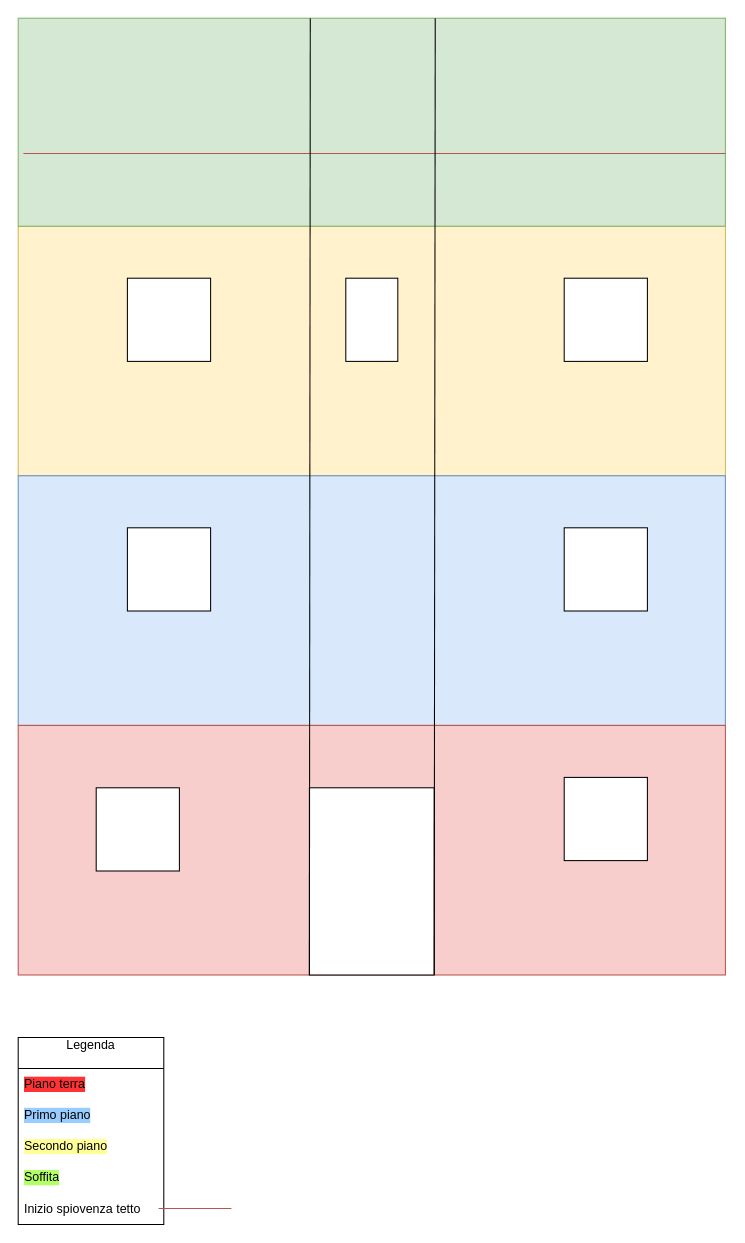
The draw.io diagram current-electric-setup.drawio in Vik1977/Projects-Documentation, before the edit. Source tidied: cells renumbered, new cells numbered last; positions are measured from the earlier drawing's top-left corner, leaving out a move shared by most shapes. Both pictures are drawn from the tidied source at 104%, with x=0, y=0 at pixel (18, 18).
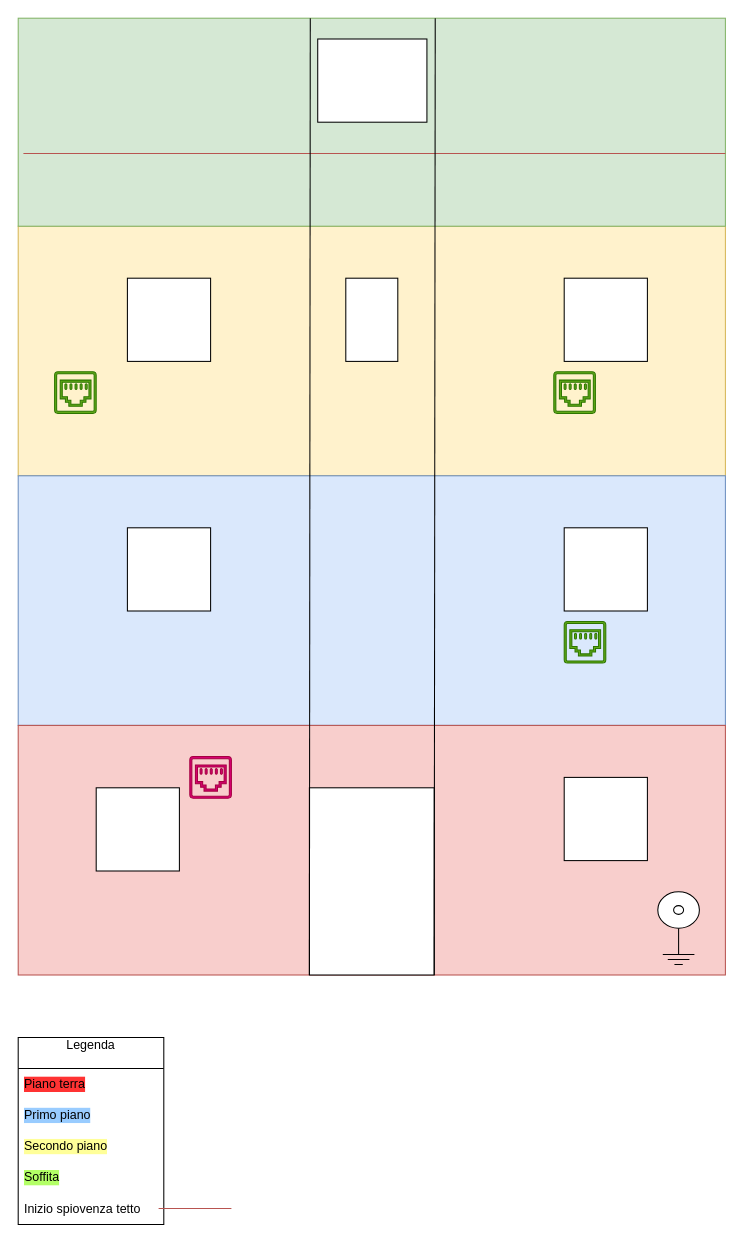
The same diagram, later.

Change to the diagram source:
```diff
@@
+    <mxCell id="24" style="sketch=0;shadow=0;dashed=0;html=1;strokeColor=#A50040;fillColor=#d80073;labelPosition=center;verticalLabelPosition=bottom;verticalAlign=top;align=center;shape=mxgraph.vvd.ethernet_port;fontColor=#ffffff;" parent="1" vertex="1">
+      <mxGeometry x="165" y="710" width="40" height="40" as="geometry" />
+    </mxCell>
+    <mxCell id="25" style="sketch=0;shadow=0;dashed=0;html=1;strokeColor=#2D7600;fillColor=#60a917;labelPosition=center;verticalLabelPosition=bottom;verticalAlign=top;align=center;shape=mxgraph.vvd.ethernet_port;fontColor=#ffffff;" parent="1" vertex="1">
+      <mxGeometry x="525" y="580" width="40" height="40" as="geometry" />
+    </mxCell>
+    <mxCell id="26" style="sketch=0;shadow=0;dashed=0;html=1;strokeColor=#2D7600;fillColor=#60a917;labelPosition=center;verticalLabelPosition=bottom;verticalAlign=top;align=center;shape=mxgraph.vvd.ethernet_port;fontColor=#ffffff;" parent="1" vertex="1">
+      <mxGeometry x="515" y="340" width="40" height="40" as="geometry" />
+    </mxCell>
+    <mxCell id="27" style="sketch=0;shadow=0;dashed=0;html=1;strokeColor=#2D7600;fillColor=#60a917;labelPosition=center;verticalLabelPosition=bottom;verticalAlign=top;align=center;shape=mxgraph.vvd.ethernet_port;fontColor=#ffffff;" parent="1" vertex="1">
+      <mxGeometry x="35" y="340" width="40" height="40" as="geometry" />
+    </mxCell>
+    <mxCell id="28" style="rounded=0;whiteSpace=wrap;html=1;" parent="1" vertex="1">
+      <mxGeometry x="288" y="20" width="105" height="80" as="geometry" />
+    </mxCell>
+    <mxCell id="29" style="verticalLabelPosition=bottom;shadow=0;dashed=0;align=center;html=1;verticalAlign=top;shape=mxgraph.electrical.miscellaneous.coaxial_jack_plug;" parent="1" vertex="1">
+      <mxGeometry x="615" y="840" width="40" height="70" as="geometry" />
+    </mxCell>
```
